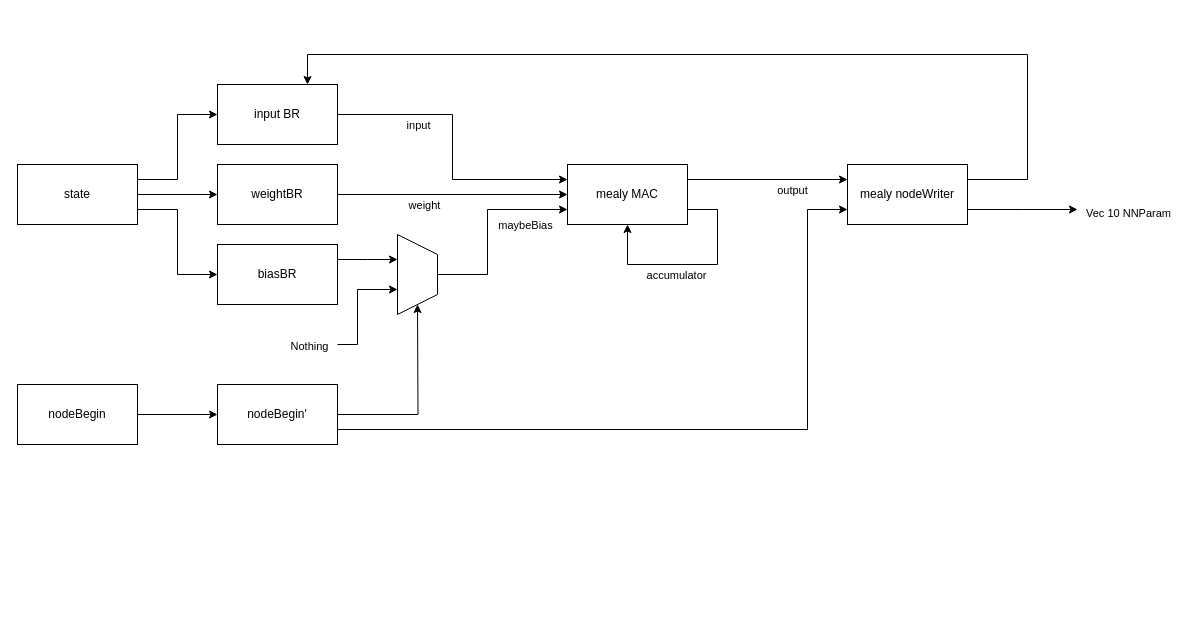
The draw.io diagram Diagrams/Delays Neural Network.drawio in QBayLogic/clash-number-recognition, before the edit. Source tidied: cells renumbered, new cells numbered last; positions are measured from the earlier drawing's top-left corner, leaving out a move shared by most shapes. Both pictures are drawn from the tidied source at 100%, with x=0, y=0 at pixel (17, 54).
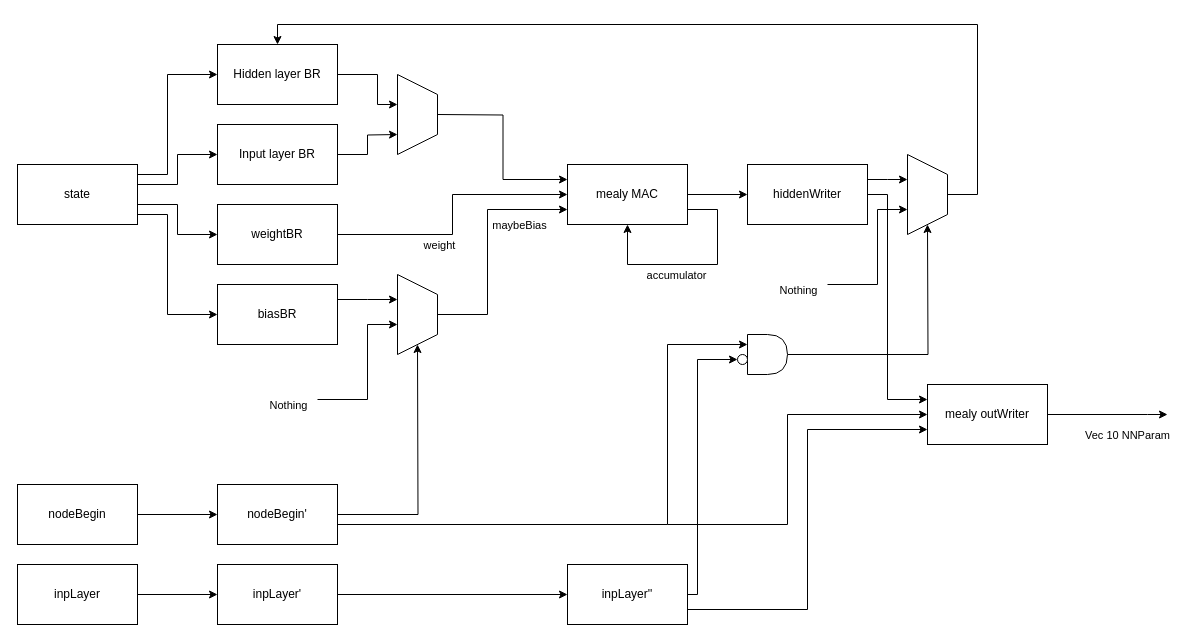
Above is the later version.

Commit message (it also covers changes not shown here):
Modified the Neural Network to use a dedicated BR for the hidden layer

Unchanged cells that the change refers to:
```xml
<mxCell id="5" value="state" style="rounded=0;whiteSpace=wrap;html=1;" parent="1" vertex="1">
  <mxGeometry y="110" width="120" height="60" as="geometry" />
</mxCell>
<mxCell id="27" value="mealy MAC" style="rounded=0;whiteSpace=wrap;html=1;" parent="1" vertex="1">
  <mxGeometry x="550" y="110" width="120" height="60" as="geometry" />
</mxCell>
```

Change to the diagram source:
```diff
@@
-    <mxCell id="2" style="edgeStyle=orthogonalEdgeStyle;rounded=0;html=1;exitX=1;exitY=0.25;exitDx=0;exitDy=0;entryX=0;entryY=0.5;entryDx=0;entryDy=0;" parent="1" edge="1" source="5" target="17">
-      <mxGeometry relative="1" as="geometry" />
+    <mxCell id="2" style="edgeStyle=orthogonalEdgeStyle;rounded=0;html=1;exitX=1;exitY=0.25;exitDx=0;exitDy=0;entryX=0;entryY=0.5;entryDx=0;entryDy=0;" parent="1" edge="1" source="5" target="41">
+      <mxGeometry relative="1" as="geometry">
+        <Array as="points">
+          <mxPoint x="120" y="120" />
+          <mxPoint x="150" y="120" />
+          <mxPoint x="150" y="20" />
+        </Array>
+      </mxGeometry>
     </mxCell>
     <mxCell id="3" style="edgeStyle=orthogonalEdgeStyle;rounded=0;html=1;exitX=1;exitY=0.75;exitDx=0;exitDy=0;entryX=0;entryY=0.5;entryDx=0;entryDy=0;" parent="1" edge="1" source="5" target="14">
-      <mxGeometry relative="1" as="geometry" />
+      <mxGeometry relative="1" as="geometry">
+        <Array as="points">
+          <mxPoint x="120" y="160" />
+          <mxPoint x="150" y="160" />
+          <mxPoint x="150" y="260" />
+        </Array>
+      </mxGeometry>
     </mxCell>
     <mxCell id="4" style="edgeStyle=orthogonalEdgeStyle;rounded=0;html=1;exitX=1;exitY=0.5;exitDx=0;exitDy=0;" parent="1" edge="1" source="5" target="10">
-      <mxGeometry relative="1" as="geometry" />
+      <mxGeometry relative="1" as="geometry">
+        <Array as="points">
+          <mxPoint x="120" y="150" />
+          <mxPoint x="160" y="150" />
+          <mxPoint x="160" y="180" />
+        </Array>
+      </mxGeometry>
     </mxCell>
+    <mxCell id="37" style="edgeStyle=orthogonalEdgeStyle;html=1;rounded=0;entryX=0;entryY=0.5;entryDx=0;entryDy=0;" parent="1" edge="1" source="5" target="17">
+      <mxGeometry relative="1" as="geometry">
+        <Array as="points">
+          <mxPoint x="160" y="130" />
+          <mxPoint x="160" y="100" />
+        </Array>
+      </mxGeometry>
+    </mxCell>
@@
     <mxCell id="7" value="nodeBegin" style="rounded=0;whiteSpace=wrap;html=1;" parent="1" vertex="1">
-      <mxGeometry y="330" width="120" height="60" as="geometry" />
+      <mxGeometry y="430" width="120" height="60" as="geometry" />
     </mxCell>
@@
     <mxCell id="10" value="weightBR" style="rounded=0;whiteSpace=wrap;html=1;" parent="1" vertex="1">
-      <mxGeometry x="200" y="110" width="120" height="60" as="geometry" />
+      <mxGeometry x="200" y="150" width="120" height="60" as="geometry" />
     </mxCell>
     <mxCell id="11" style="edgeStyle=orthogonalEdgeStyle;rounded=0;html=1;exitX=1;exitY=0.25;exitDx=0;exitDy=0;" parent="1" edge="1" source="14">
       <mxGeometry relative="1" as="geometry">
-        <mxPoint x="380" y="205" as="targetPoint" />
+        <mxPoint x="380" y="245" as="targetPoint" />
       </mxGeometry>
     </mxCell>
     <mxCell id="12" style="edgeStyle=orthogonalEdgeStyle;html=1;rounded=0;" parent="1" edge="1">
       <mxGeometry relative="1" as="geometry">
-        <mxPoint x="320" y="290" as="sourcePoint" />
-        <mxPoint x="380" y="235" as="targetPoint" />
+        <mxPoint x="300" y="345" as="sourcePoint" />
+        <mxPoint x="380" y="270" as="targetPoint" />
         <Array as="points">
-          <mxPoint x="340" y="290" />
-          <mxPoint x="340" y="235" />
+          <mxPoint x="350" y="345" />
+          <mxPoint x="350" y="270" />
         </Array>
       </mxGeometry>
     </mxCell>
     <mxCell id="13" value="Nothing" style="edgeLabel;html=1;align=center;verticalAlign=middle;" parent="12" vertex="1">
       <mxGeometry x="-0.54" relative="1" as="geometry">
-        <mxPoint x="-49" y="7" as="offset" />
+        <mxPoint x="-66" y="5" as="offset" />
       </mxGeometry>
     </mxCell>
     <mxCell id="14" value="biasBR" style="rounded=0;whiteSpace=wrap;html=1;" parent="1" vertex="1">
-      <mxGeometry x="200" y="190" width="120" height="60" as="geometry" />
+      <mxGeometry x="200" y="230" width="120" height="60" as="geometry" />
     </mxCell>
-    <mxCell id="15" style="edgeStyle=orthogonalEdgeStyle;rounded=0;html=1;entryX=0;entryY=0.25;entryDx=0;entryDy=0;" parent="1" edge="1" source="17" target="27">
-      <mxGeometry relative="1" as="geometry" />
-    </mxCell>
-    <mxCell id="16" value="input" style="edgeLabel;html=1;align=center;verticalAlign=middle;" parent="15" vertex="1">
-      <mxGeometry x="-0.4" y="-3" relative="1" as="geometry">
-        <mxPoint x="-9" y="7" as="offset" />
-      </mxGeometry>
-    </mxCell>
+    <mxCell id="38" style="edgeStyle=orthogonalEdgeStyle;rounded=0;html=1;" parent="1" edge="1" source="17">
+      <mxGeometry relative="1" as="geometry">
+        <mxPoint x="380" y="80" as="targetPoint" />
+      </mxGeometry>
+    </mxCell>
-    <mxCell id="17" value="input BR" style="rounded=0;whiteSpace=wrap;html=1;" parent="1" vertex="1">
-      <mxGeometry x="200" y="30" width="120" height="60" as="geometry" />
+    <mxCell id="17" value="Input layer BR" style="rounded=0;whiteSpace=wrap;html=1;" parent="1" vertex="1">
+      <mxGeometry x="200" y="70" width="120" height="60" as="geometry" />
     </mxCell>
     <mxCell id="18" style="edgeStyle=orthogonalEdgeStyle;rounded=0;html=1;" parent="1" edge="1" source="20">
       <mxGeometry relative="1" as="geometry">
-        <mxPoint x="400" y="250" as="targetPoint" />
+        <mxPoint x="400" y="290" as="targetPoint" />
       </mxGeometry>
     </mxCell>
-    <mxCell id="19" style="edgeStyle=orthogonalEdgeStyle;rounded=0;html=1;exitX=1;exitY=0.75;exitDx=0;exitDy=0;entryX=0;entryY=0.75;entryDx=0;entryDy=0;" parent="1" edge="1" source="20" target="31">
-      <mxGeometry relative="1" as="geometry">
-        <Array as="points">
-          <mxPoint x="790" y="375" />
-          <mxPoint x="790" y="155" />
-        </Array>
-      </mxGeometry>
-    </mxCell>
     <mxCell id="20" value="nodeBegin'" style="rounded=0;whiteSpace=wrap;html=1;" parent="1" vertex="1">
-      <mxGeometry x="200" y="330" width="120" height="60" as="geometry" />
+      <mxGeometry x="200" y="430" width="120" height="60" as="geometry" />
     </mxCell>
     <mxCell id="21" style="edgeStyle=orthogonalEdgeStyle;rounded=0;html=1;entryX=0;entryY=0.75;entryDx=0;entryDy=0;" parent="1" edge="1" target="27">
       <mxGeometry relative="1" as="geometry">
-        <mxPoint x="420" y="220" as="sourcePoint" />
+        <mxPoint x="420" y="260" as="sourcePoint" />
         <Array as="points">
-          <mxPoint x="470" y="220" />
+          <mxPoint x="470" y="260" />
           <mxPoint x="470" y="155" />
         </Array>
       </mxGeometry>
     </mxCell>
@@
-    <mxCell id="25" style="edgeStyle=orthogonalEdgeStyle;rounded=0;html=1;entryX=0;entryY=0.25;entryDx=0;entryDy=0;exitX=1;exitY=0.25;exitDx=0;exitDy=0;" parent="1" edge="1" source="27" target="31">
-      <mxGeometry relative="1" as="geometry" />
-    </mxCell>
-    <mxCell id="26" value="output" style="edgeLabel;html=1;align=center;verticalAlign=middle;" parent="25" vertex="1">
-      <mxGeometry x="0.73" relative="1" as="geometry">
-        <mxPoint x="-34" y="10" as="offset" />
-      </mxGeometry>
-    </mxCell>
+    <mxCell id="39" style="edgeStyle=orthogonalEdgeStyle;rounded=0;html=1;entryX=0;entryY=0.5;entryDx=0;entryDy=0;" parent="1" edge="1" source="27" target="57">
+      <mxGeometry relative="1" as="geometry" />
+    </mxCell>
@@
-    <mxCell id="28" style="edgeStyle=orthogonalEdgeStyle;html=1;exitX=1;exitY=0.25;exitDx=0;exitDy=0;entryX=0.75;entryY=0;entryDx=0;entryDy=0;rounded=0;" parent="1" edge="1" source="31" target="17">
-      <mxGeometry relative="1" as="geometry">
-        <Array as="points">
-          <mxPoint x="1010" y="125" />
-          <mxPoint x="1010" />
-          <mxPoint x="290" />
-        </Array>
-      </mxGeometry>
-    </mxCell>
-    <mxCell id="29" style="edgeStyle=orthogonalEdgeStyle;rounded=0;html=1;exitX=1;exitY=0.75;exitDx=0;exitDy=0;" parent="1" edge="1" source="31">
-      <mxGeometry relative="1" as="geometry">
-        <mxPoint x="1060" y="155" as="targetPoint" />
-      </mxGeometry>
-    </mxCell>
-    <mxCell id="30" value="Vec 10 NNParam" style="edgeLabel;html=1;align=center;verticalAlign=middle;" parent="29" vertex="1">
-      <mxGeometry x="0.73" y="-3" relative="1" as="geometry">
-        <mxPoint x="65" as="offset" />
-      </mxGeometry>
-    </mxCell>
-    <mxCell id="31" value="mealy nodeWriter" style="rounded=0;whiteSpace=wrap;html=1;" parent="1" vertex="1">
-      <mxGeometry x="830" y="110" width="120" height="60" as="geometry" />
-    </mxCell>
     <mxCell id="32" style="group;" parent="1" vertex="1">
-      <mxGeometry x="380" y="180" width="40" height="80" as="geometry" />
+      <mxGeometry x="380" y="220" width="40" height="80" as="geometry" />
     </mxCell>
@@
+    <mxCell id="40" style="edgeStyle=orthogonalEdgeStyle;rounded=0;html=1;" parent="1" edge="1" source="41">
+      <mxGeometry relative="1" as="geometry">
+        <mxPoint x="380" y="50" as="targetPoint" />
+        <Array as="points">
+          <mxPoint x="360" y="20" />
+          <mxPoint x="360" y="50" />
+        </Array>
+      </mxGeometry>
+    </mxCell>
+    <mxCell id="41" value="Hidden layer BR" style="rounded=0;whiteSpace=wrap;html=1;" parent="1" vertex="1">
+      <mxGeometry x="200" y="-10" width="120" height="60" as="geometry" />
+    </mxCell>
+    <mxCell id="42" style="group;" parent="1" vertex="1">
+      <mxGeometry x="380" y="20" width="40" height="80" as="geometry" />
+    </mxCell>
+    <mxCell id="43" style="endArrow=none;html=1;rounded=0;" parent="42" edge="1">
+      <mxGeometry relative="1" as="geometry">
+        <mxPoint y="80" as="sourcePoint" />
+        <mxPoint as="targetPoint" />
+      </mxGeometry>
+    </mxCell>
+    <mxCell id="44" style="endArrow=none;html=1;rounded=0;" parent="42" edge="1">
+      <mxGeometry relative="1" as="geometry">
+        <mxPoint y="80" as="sourcePoint" />
+        <mxPoint x="40" y="60" as="targetPoint" />
+      </mxGeometry>
+    </mxCell>
+    <mxCell id="45" style="endArrow=none;html=1;rounded=0;" parent="42" edge="1">
+      <mxGeometry relative="1" as="geometry">
+        <mxPoint x="40" y="20" as="sourcePoint" />
+        <mxPoint as="targetPoint" />
+      </mxGeometry>
+    </mxCell>
+    <mxCell id="46" style="endArrow=none;html=1;rounded=0;" parent="42" edge="1">
+      <mxGeometry relative="1" as="geometry">
+        <mxPoint x="40" y="60" as="sourcePoint" />
+        <mxPoint x="40" y="20" as="targetPoint" />
+      </mxGeometry>
+    </mxCell>
+    <mxCell id="47" style="endArrow=classic;html=1;rounded=0;edgeStyle=orthogonalEdgeStyle;entryX=0;entryY=0.25;entryDx=0;entryDy=0;" parent="1" edge="1" target="27">
+      <mxGeometry relative="1" as="geometry">
+        <mxPoint x="420" y="60" as="sourcePoint" />
+      </mxGeometry>
+    </mxCell>
+    <mxCell id="48" style="edgeStyle=orthogonalEdgeStyle;rounded=0;html=1;" parent="1" edge="1" source="49" target="51">
+      <mxGeometry relative="1" as="geometry" />
+    </mxCell>
+    <mxCell id="49" value="inpLayer" style="rounded=0;whiteSpace=wrap;html=1;" parent="1" vertex="1">
+      <mxGeometry y="510" width="120" height="60" as="geometry" />
+    </mxCell>
+    <mxCell id="50" style="edgeStyle=none;html=1;" parent="1" edge="1" source="51" target="54">
+      <mxGeometry relative="1" as="geometry" />
+    </mxCell>
+    <mxCell id="51" value="inpLayer'" style="rounded=0;whiteSpace=wrap;html=1;" parent="1" vertex="1">
+      <mxGeometry x="200" y="510" width="120" height="60" as="geometry" />
+    </mxCell>
+    <mxCell id="52" style="edgeStyle=orthogonalEdgeStyle;html=1;rounded=0;entryX=0;entryY=0.5;entryDx=0;entryDy=0;" parent="1" edge="1" source="54" target="69">
+      <mxGeometry relative="1" as="geometry">
+        <Array as="points">
+          <mxPoint x="680" y="540" />
+          <mxPoint x="680" y="305" />
+        </Array>
+      </mxGeometry>
+    </mxCell>
+    <mxCell id="53" style="edgeStyle=orthogonalEdgeStyle;rounded=0;html=1;exitX=1;exitY=0.75;exitDx=0;exitDy=0;entryX=0;entryY=0.75;entryDx=0;entryDy=0;" parent="1" edge="1" source="54" target="71">
+      <mxGeometry relative="1" as="geometry" />
+    </mxCell>
+    <mxCell id="54" value="inpLayer''" style="rounded=0;whiteSpace=wrap;html=1;" parent="1" vertex="1">
+      <mxGeometry x="550" y="510" width="120" height="60" as="geometry" />
+    </mxCell>
+    <mxCell id="55" style="edgeStyle=orthogonalEdgeStyle;rounded=0;html=1;exitX=1;exitY=0.25;exitDx=0;exitDy=0;" parent="1" edge="1" source="57">
+      <mxGeometry relative="1" as="geometry">
+        <mxPoint x="890" y="125" as="targetPoint" />
+      </mxGeometry>
+    </mxCell>
+    <mxCell id="56" style="edgeStyle=orthogonalEdgeStyle;rounded=0;html=1;entryX=0;entryY=0.25;entryDx=0;entryDy=0;" parent="1" edge="1" source="57" target="71">
+      <mxGeometry relative="1" as="geometry">
+        <Array as="points">
+          <mxPoint x="870" y="140" />
+          <mxPoint x="870" y="345" />
+        </Array>
+      </mxGeometry>
+    </mxCell>
+    <mxCell id="57" value="hiddenWriter" style="rounded=0;whiteSpace=wrap;html=1;" parent="1" vertex="1">
+      <mxGeometry x="730" y="110" width="120" height="60" as="geometry" />
+    </mxCell>
+    <mxCell id="58" style="edgeStyle=orthogonalEdgeStyle;rounded=0;html=1;" parent="1" edge="1" source="59">
+      <mxGeometry relative="1" as="geometry">
+        <mxPoint x="910" y="170" as="targetPoint" />
+      </mxGeometry>
+    </mxCell>
+    <mxCell id="59" style="shape=delay;whiteSpace=wrap;html=1;" parent="1" vertex="1">
+      <mxGeometry x="730" y="280" width="40" height="40" as="geometry" />
+    </mxCell>
+    <mxCell id="60" style="endArrow=classic;html=1;rounded=0;entryX=0;entryY=0.25;entryDx=0;entryDy=0;edgeStyle=orthogonalEdgeStyle;exitX=1;exitY=0.75;exitDx=0;exitDy=0;" parent="1" edge="1" source="20" target="59">
+      <mxGeometry relative="1" as="geometry">
+        <Array as="points">
+          <mxPoint x="320" y="470" />
+          <mxPoint x="650" y="470" />
+          <mxPoint x="650" y="290" />
+        </Array>
+      </mxGeometry>
+    </mxCell>
+    <mxCell id="61" style="group;" parent="1" vertex="1">
+      <mxGeometry x="890" y="100" width="40" height="80" as="geometry" />
+    </mxCell>
+    <mxCell id="62" style="endArrow=none;html=1;rounded=0;" parent="61" edge="1">
+      <mxGeometry relative="1" as="geometry">
+        <mxPoint y="80" as="sourcePoint" />
+        <mxPoint as="targetPoint" />
+      </mxGeometry>
+    </mxCell>
+    <mxCell id="63" style="endArrow=none;html=1;rounded=0;" parent="61" edge="1">
+      <mxGeometry relative="1" as="geometry">
+        <mxPoint y="80" as="sourcePoint" />
+        <mxPoint x="40" y="60" as="targetPoint" />
+      </mxGeometry>
+    </mxCell>
+    <mxCell id="64" style="endArrow=none;html=1;rounded=0;" parent="61" edge="1">
+      <mxGeometry relative="1" as="geometry">
+        <mxPoint x="40" y="20" as="sourcePoint" />
+        <mxPoint as="targetPoint" />
+      </mxGeometry>
+    </mxCell>
+    <mxCell id="65" style="endArrow=none;html=1;rounded=0;" parent="61" edge="1">
+      <mxGeometry relative="1" as="geometry">
+        <mxPoint x="40" y="60" as="sourcePoint" />
+        <mxPoint x="40" y="20" as="targetPoint" />
+      </mxGeometry>
+    </mxCell>
+    <mxCell id="66" style="edgeStyle=orthogonalEdgeStyle;html=1;rounded=0;" parent="1" edge="1">
+      <mxGeometry relative="1" as="geometry">
+        <mxPoint x="810" y="230" as="sourcePoint" />
+        <mxPoint x="890" y="155" as="targetPoint" />
+        <Array as="points">
+          <mxPoint x="860" y="230" />
+          <mxPoint x="860" y="155" />
+        </Array>
+      </mxGeometry>
+    </mxCell>
+    <mxCell id="67" value="Nothing" style="edgeLabel;html=1;align=center;verticalAlign=middle;" parent="66" vertex="1">
+      <mxGeometry x="-0.54" relative="1" as="geometry">
+        <mxPoint x="-66" y="5" as="offset" />
+      </mxGeometry>
+    </mxCell>
+    <mxCell id="68" style="endArrow=classic;html=1;rounded=0;entryX=0.5;entryY=0;entryDx=0;entryDy=0;edgeStyle=orthogonalEdgeStyle;" parent="1" edge="1" target="41">
+      <mxGeometry relative="1" as="geometry">
+        <mxPoint x="930" y="140" as="sourcePoint" />
+        <Array as="points">
+          <mxPoint x="960" y="140" />
+          <mxPoint x="960" y="-30" />
+          <mxPoint x="260" y="-30" />
+        </Array>
+      </mxGeometry>
+    </mxCell>
+    <mxCell id="69" style="ellipse;whiteSpace=wrap;html=1;" parent="1" vertex="1">
+      <mxGeometry x="720" y="300" width="10" height="10" as="geometry" />
+    </mxCell>
+    <mxCell id="70" style="edgeStyle=orthogonalEdgeStyle;rounded=0;html=1;" parent="1" edge="1" source="71">
+      <mxGeometry relative="1" as="geometry">
+        <mxPoint x="1150" y="360" as="targetPoint" />
+        <Array as="points">
+          <mxPoint x="1130" y="360" />
+          <mxPoint x="1130" y="360" />
+        </Array>
+      </mxGeometry>
+    </mxCell>
+    <mxCell id="30" value="Vec 10 NNParam" style="edgeLabel;html=1;align=center;verticalAlign=middle;" parent="70" vertex="1">
+      <mxGeometry x="0.39" y="-1" relative="1" as="geometry">
+        <mxPoint x="-4" y="19" as="offset" />
+      </mxGeometry>
+    </mxCell>
+    <mxCell id="71" value="mealy outWriter" style="rounded=0;whiteSpace=wrap;html=1;" parent="1" vertex="1">
+      <mxGeometry x="910" y="330" width="120" height="60" as="geometry" />
+    </mxCell>
+    <mxCell id="72" style="endArrow=classic;html=1;rounded=0;edgeStyle=orthogonalEdgeStyle;entryX=0;entryY=0.5;entryDx=0;entryDy=0;" parent="1" edge="1" target="71">
+      <mxGeometry relative="1" as="geometry">
+        <mxPoint x="650" y="470" as="sourcePoint" />
+        <Array as="points">
+          <mxPoint x="770" y="470" />
+          <mxPoint x="770" y="360" />
+        </Array>
+      </mxGeometry>
+    </mxCell>
```
